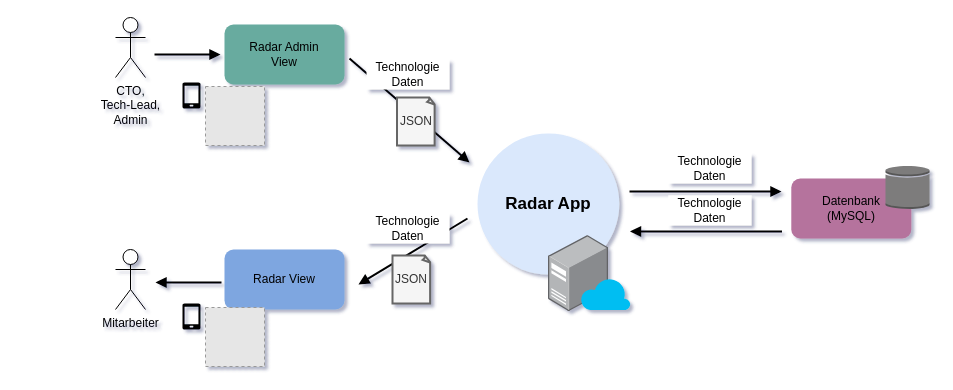
Earlier version of the draw.io diagram page "System Context" (1 of 3) of res/diagrams.drawio (go-hslu/weblab_project). Source tidied: cells renumbered, new cells numbered last; positions are measured from the earlier drawing's top-left corner, leaving out a move shared by most shapes. Both pictures are drawn from the tidied source at 100%, with x=0, y=0 at pixel (115, 17). Pictures stored in the file or linked from it are replaced by grey dashed boxes.
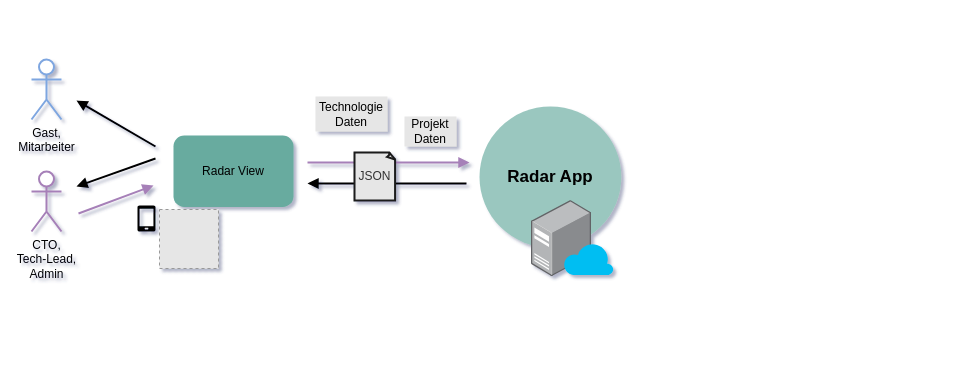
The same page after the edit.

The edit, as a diff of the source:
```diff
@@
-    <mxCell id="2" style="endArrow=block;html=1;rounded=0;startArrow=none;startFill=0;endFill=1;fillColor=#dae8fc;strokeColor=#000000;strokeWidth=2;" parent="1" edge="1">
+    <mxCell id="2" style="endArrow=block;html=1;rounded=0;startArrow=none;startFill=0;endFill=1;fillColor=#dae8fc;strokeColor=#A680B8;strokeWidth=2;" parent="1" edge="1">
       <mxGeometry relative="1" as="geometry">
-        <mxPoint x="234" y="41" as="sourcePoint" />
+        <mxPoint x="192" y="145" as="sourcePoint" />
         <mxPoint x="354" y="145" as="targetPoint" />
       </mxGeometry>
     </mxCell>
-    <mxCell id="3" value="&lt;font style=&quot;font-size: 17px;&quot;&gt;&lt;b&gt;Radar App&lt;/b&gt;&lt;/font&gt;" style="ellipse;whiteSpace=wrap;html=1;fillColor=#DAE8FC;strokeColor=none;" parent="1" vertex="1">
-      <mxGeometry x="362" y="116" width="141.8" height="141" as="geometry" />
+    <mxCell id="3" value="&lt;font style=&quot;font-size: 17px;&quot;&gt;&lt;b&gt;Radar App&lt;/b&gt;&lt;/font&gt;" style="ellipse;whiteSpace=wrap;html=1;fillColor=#9AC7BF;strokeColor=none;" parent="1" vertex="1">
+      <mxGeometry x="364" y="89" width="141.8" height="141" as="geometry" />
     </mxCell>
-    <mxCell id="4" value="Radar Admin&lt;br&gt;View" style="rounded=1;whiteSpace=wrap;html=1;fillColor=#67AB9F;strokeColor=none;verticalAlign=middle;" parent="1" vertex="1">
-      <mxGeometry x="109" y="7" width="120" height="60" as="geometry" />
+    <mxCell id="4" value="Radar View" style="rounded=1;whiteSpace=wrap;html=1;fillColor=#67AB9F;strokeColor=none;verticalAlign=middle;" parent="1" vertex="1">
+      <mxGeometry x="58" y="118" width="120" height="71.5" as="geometry" />
     </mxCell>
-    <mxCell id="5" value="Datenbank&lt;br&gt;(MySQL)" style="rounded=1;whiteSpace=wrap;html=1;fillColor=#B5739D;strokeColor=none;verticalAlign=middle;" parent="1" vertex="1">
-      <mxGeometry x="675.8" y="161" width="120" height="60" as="geometry" />
-    </mxCell>
-    <mxCell id="6" value="Radar View" style="rounded=1;whiteSpace=wrap;html=1;fillColor=#7EA6E0;strokeColor=none;verticalAlign=middle;" parent="1" vertex="1">
-      <mxGeometry x="109" y="232" width="120" height="60" as="geometry" />
-    </mxCell>
-    <mxCell id="7" value="CTO,&lt;br&gt;Tech-Lead,&lt;br&gt;Admin" style="shape=umlActor;verticalLabelPosition=bottom;verticalAlign=top;html=1;" parent="1" vertex="1">
-      <mxGeometry width="30" height="60" as="geometry" />
+    <mxCell id="7" value="CTO,&lt;br&gt;Tech-Lead,&lt;br&gt;Admin" style="shape=umlActor;verticalLabelPosition=bottom;verticalAlign=top;html=1;strokeWidth=2;strokeColor=#A680B8;fillColor=default;" parent="1" vertex="1">
+      <mxGeometry x="-84" y="154" width="30" height="60" as="geometry" />
     </mxCell>
-    <mxCell id="8" style="endArrow=block;html=1;rounded=0;startArrow=none;startFill=0;endFill=1;fillColor=#dae8fc;strokeColor=#000000;strokeWidth=2;" parent="1" edge="1">
+    <mxCell id="8" style="endArrow=block;html=1;rounded=0;startArrow=none;startFill=0;endFill=1;fillColor=#dae8fc;strokeColor=#A680B8;strokeWidth=2;" parent="1" edge="1">
       <mxGeometry relative="1" as="geometry">
-        <mxPoint x="39" y="37" as="sourcePoint" />
-        <mxPoint x="105" y="37" as="targetPoint" />
+        <mxPoint x="-37" y="196" as="sourcePoint" />
+        <mxPoint x="38" y="168" as="targetPoint" />
       </mxGeometry>
     </mxCell>
     <mxCell id="9" style="endArrow=block;html=1;rounded=0;startArrow=none;startFill=0;endFill=1;fillColor=#dae8fc;strokeColor=#000000;strokeWidth=2;" parent="1" edge="1">
       <mxGeometry relative="1" as="geometry">
-        <mxPoint x="352" y="201" as="sourcePoint" />
-        <mxPoint x="243" y="267" as="targetPoint" />
+        <mxPoint x="351" y="166" as="sourcePoint" />
+        <mxPoint x="192" y="166" as="targetPoint" />
       </mxGeometry>
     </mxCell>
-    <mxCell id="10" style="endArrow=block;html=1;rounded=0;startArrow=none;startFill=0;endFill=1;fillColor=#dae8fc;strokeColor=#000000;strokeWidth=2;" parent="1" edge="1">
-      <mxGeometry relative="1" as="geometry">
-        <mxPoint x="514" y="174" as="sourcePoint" />
-        <mxPoint x="666" y="174" as="targetPoint" />
-      </mxGeometry>
-    </mxCell>
-    <mxCell id="11" value="JSON" style="whiteSpace=wrap;html=1;shape=mxgraph.basic.document;strokeWidth=2;strokeColor=#666666;fillColor=#f5f5f5;fontColor=#333333;" parent="1" vertex="1">
-      <mxGeometry x="281.5" y="80" width="38" height="48" as="geometry" />
-    </mxCell>
-    <mxCell id="12" value="Mitarbeiter" style="shape=umlActor;verticalLabelPosition=bottom;verticalAlign=top;html=1;" parent="1" vertex="1">
-      <mxGeometry y="232" width="30" height="60" as="geometry" />
+    <mxCell id="12" value="Gast,&lt;br&gt;Mitarbeiter" style="shape=umlActor;verticalLabelPosition=bottom;verticalAlign=top;html=1;strokeWidth=2;strokeColor=#7EA6E0;fillColor=default;" parent="1" vertex="1">
+      <mxGeometry x="-84" y="42" width="30" height="60" as="geometry" />
     </mxCell>
     <mxCell id="13" style="endArrow=none;html=1;rounded=0;startArrow=block;startFill=1;endFill=0;fillColor=#dae8fc;strokeColor=#000000;strokeWidth=2;" parent="1" edge="1">
       <mxGeometry relative="1" as="geometry">
-        <mxPoint x="40" y="265" as="sourcePoint" />
-        <mxPoint x="106" y="265" as="targetPoint" />
+        <mxPoint x="-39" y="83" as="sourcePoint" />
+        <mxPoint x="40" y="129" as="targetPoint" />
       </mxGeometry>
     </mxCell>
-    <mxCell id="14" value="JSON" style="whiteSpace=wrap;html=1;shape=mxgraph.basic.document;strokeWidth=2;strokeColor=#666666;fillColor=#f5f5f5;fontColor=#333333;" parent="1" vertex="1">
-      <mxGeometry x="277" y="238" width="38" height="48" as="geometry" />
+    <mxCell id="14" value="JSON" style="whiteSpace=wrap;html=1;shape=mxgraph.basic.document;strokeWidth=2;strokeColor=#1A1A1A;fillColor=#E6E6E6;fontColor=#333333;" parent="1" vertex="1">
+      <mxGeometry x="239" y="135" width="41" height="48" as="geometry" />
     </mxCell>
-    <mxCell id="15" style="endArrow=none;html=1;rounded=0;startArrow=block;startFill=1;endFill=0;fillColor=#dae8fc;strokeColor=#000000;strokeWidth=2;" parent="1" edge="1">
-      <mxGeometry relative="1" as="geometry">
-        <mxPoint x="514.5" y="214" as="sourcePoint" />
-        <mxPoint x="666.5" y="214" as="targetPoint" />
-      </mxGeometry>
-    </mxCell>
-    <mxCell id="16" value="Technologie&lt;br&gt;Daten" style="text;html=1;strokeColor=none;fillColor=default;align=center;verticalAlign=middle;whiteSpace=wrap;rounded=0;" parent="1" vertex="1">
-      <mxGeometry x="553" y="178" width="83" height="30" as="geometry" />
-    </mxCell>
-    <mxCell id="17" value="Technologie&lt;br&gt;Daten" style="text;html=1;strokeColor=none;fillColor=default;align=center;verticalAlign=middle;whiteSpace=wrap;rounded=0;" parent="1" vertex="1">
-      <mxGeometry x="553" y="136" width="83" height="30" as="geometry" />
-    </mxCell>
-    <mxCell id="18" value="Technologie&lt;br&gt;Daten" style="text;html=1;strokeColor=none;fillColor=default;align=center;verticalAlign=middle;whiteSpace=wrap;rounded=0;" parent="1" vertex="1">
-      <mxGeometry x="251" y="196" width="83" height="30" as="geometry" />
+    <mxCell id="18" value="Technologie&lt;br&gt;Daten" style="text;html=1;strokeColor=none;fillColor=#E6E6E6;align=center;verticalAlign=middle;whiteSpace=wrap;rounded=0;" parent="1" vertex="1">
+      <mxGeometry x="200" y="79" width="72" height="35" as="geometry" />
     </mxCell>
-    <mxCell id="19" value="Technologie Daten" style="text;html=1;strokeColor=none;fillColor=default;align=center;verticalAlign=middle;whiteSpace=wrap;rounded=0;" parent="1" vertex="1">
-      <mxGeometry x="251" y="42" width="83" height="30" as="geometry" />
+    <mxCell id="19" value="Projekt Daten" style="text;html=1;strokeColor=none;fillColor=#E6E6E6;align=center;verticalAlign=middle;whiteSpace=wrap;rounded=0;" parent="1" vertex="1">
+      <mxGeometry x="289" y="99" width="52" height="30" as="geometry" />
     </mxCell>
     <mxCell id="20" style="sketch=0;shadow=0;dashed=0;html=1;strokeColor=none;fillColor=#000000;labelPosition=center;verticalLabelPosition=bottom;verticalAlign=top;align=center;shape=mxgraph.office.devices.cell_phone_generic;" parent="1" vertex="1">
-      <mxGeometry x="67" y="65" width="18" height="26" as="geometry" />
+      <mxGeometry x="22" y="188" width="18" height="26" as="geometry" />
     </mxCell>
     <mxCell id="21" style="fillColor=#E6E6E6;strokeColor=#999999;dashed=1;html=1;verticalAlign=top;verticalLabelPosition=bottom;labelBackgroundColor=default;fontColor=default;" parent="1" vertex="1">
-      <mxGeometry x="90" y="69" width="59" height="59" as="geometry" />
+      <mxGeometry x="44" y="192" width="59" height="59" as="geometry" />
     </mxCell>
-    <mxCell id="22" style="sketch=0;shadow=0;dashed=0;html=1;strokeColor=none;fillColor=#000000;labelPosition=center;verticalLabelPosition=bottom;verticalAlign=top;align=center;shape=mxgraph.office.devices.cell_phone_generic;" parent="1" vertex="1">
-      <mxGeometry x="67" y="286" width="18" height="26" as="geometry" />
-    </mxCell>
-    <mxCell id="23" style="fillColor=#E6E6E6;strokeColor=#999999;dashed=1;html=1;verticalAlign=top;verticalLabelPosition=bottom;labelBackgroundColor=default;fontColor=default;" parent="1" vertex="1">
-      <mxGeometry x="90" y="290" width="59" height="59" as="geometry" />
-    </mxCell>
     <mxCell id="24" style="image;html=1;align=center;shadow=0;dashed=0;image=img/lib/allied_telesis/computer_and_terminals/Server_Desktop.svg;" parent="1" vertex="1">
-      <mxGeometry x="433" y="218" width="60" height="76.1" as="geometry" />
+      <mxGeometry x="416" y="183" width="60" height="76.1" as="geometry" />
     </mxCell>
-    <mxCell id="25" style="dashed=0;verticalLabelPosition=bottom;verticalAlign=top;align=center;html=1;shape=mxgraph.aws3.generic_database;fillColor=#7D7C7C;gradientColor=none;labelBackgroundColor=default;" parent="1" vertex="1">
-      <mxGeometry x="770" y="148" width="44" height="43.5" as="geometry" />
-    </mxCell>
     <mxCell id="26" style="verticalLabelPosition=bottom;html=1;verticalAlign=top;align=center;strokeColor=none;fillColor=#00BEF2;shape=mxgraph.azure.cloud;" parent="1" vertex="1">
-      <mxGeometry x="465" y="260" width="50" height="32.5" as="geometry" />
+      <mxGeometry x="448" y="225" width="50" height="32.5" as="geometry" />
     </mxCell>
+    <mxCell id="27" style="endArrow=none;html=1;rounded=0;startArrow=block;startFill=1;endFill=0;fillColor=#dae8fc;strokeColor=#000000;strokeWidth=2;" parent="1" edge="1">
+      <mxGeometry relative="1" as="geometry">
+        <mxPoint x="-39" y="169" as="sourcePoint" />
+        <mxPoint x="40" y="141" as="targetPoint" />
+      </mxGeometry>
+    </mxCell>
```
